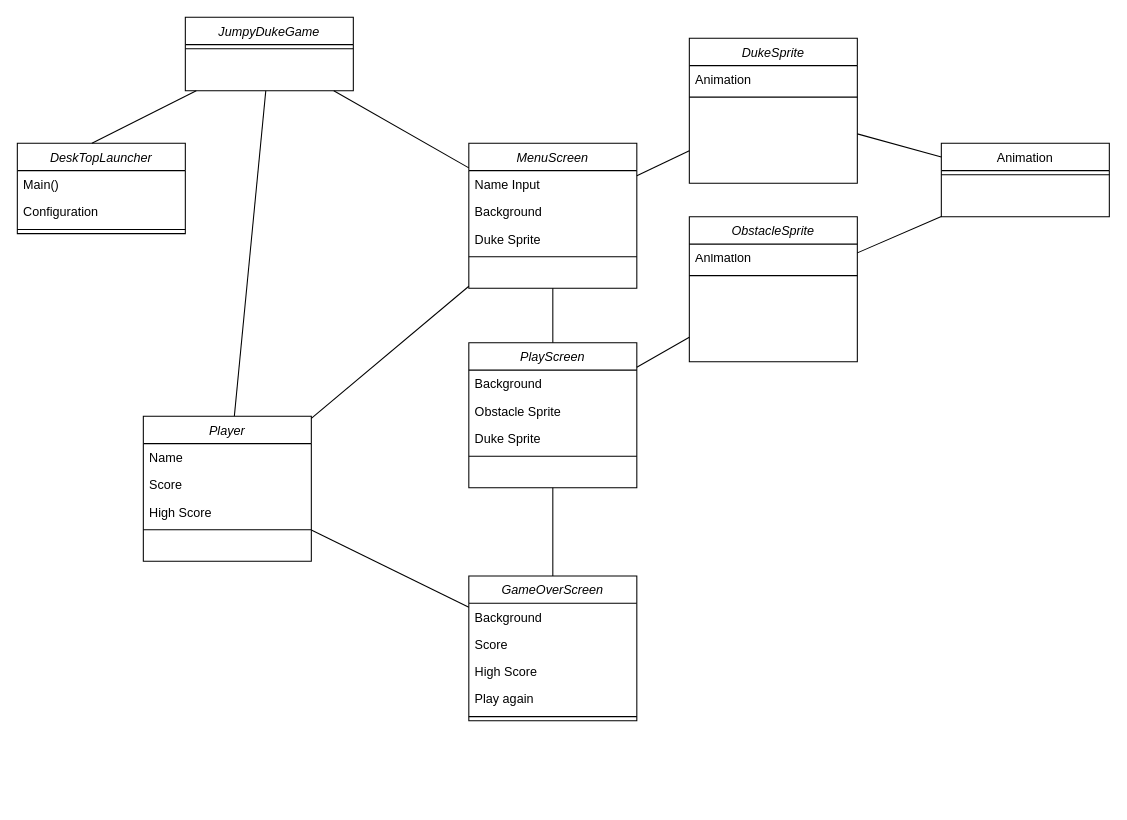
Before: Models/Classdiagram/Untitled Diagram.drawio in MagLilja/Jumpy-Duke, a draw.io diagram. Source tidied: cells renumbered, new cells numbered last; positions are measured from the earlier drawing's top-left corner, leaving out a move shared by most shapes. Both pictures are drawn from the tidied source at 105%, with x=0, y=0 at pixel (17, 17).
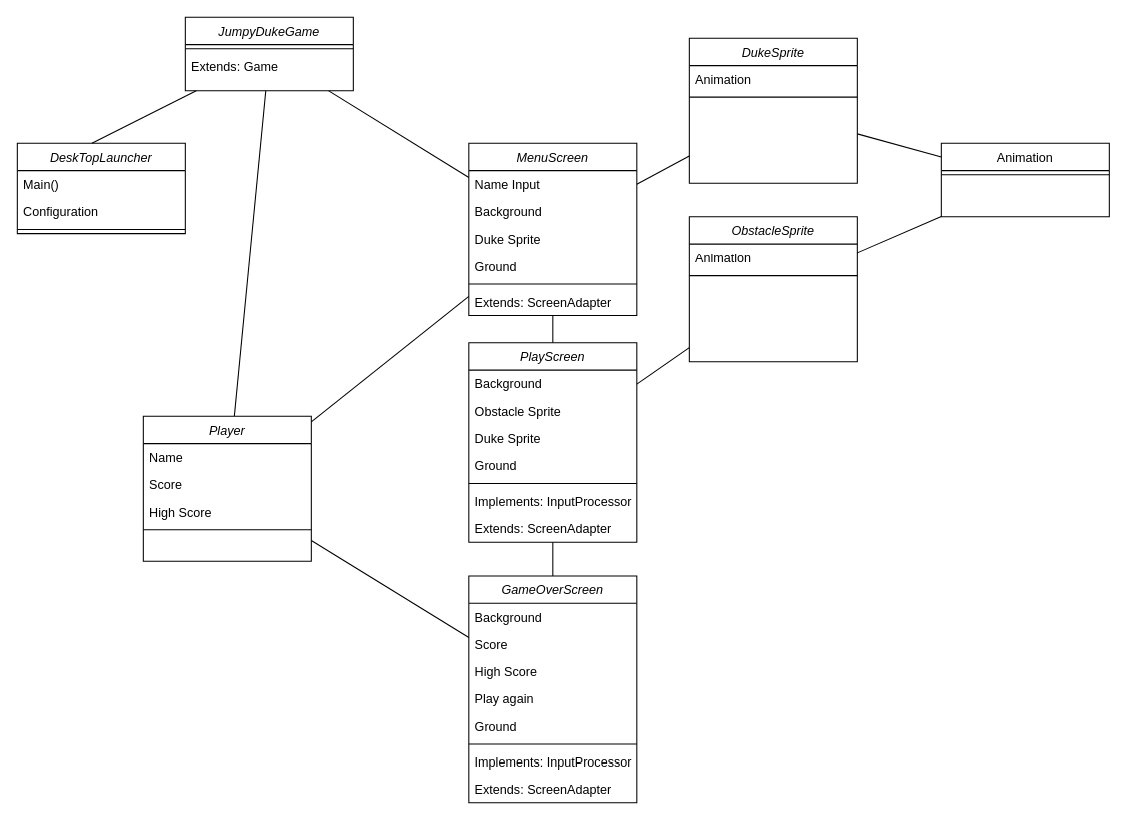
After the change.

Unchanged cells that the change refers to:
```xml
<mxCell id="2" value="JumpyDukeGame" style="swimlane;fontStyle=2;align=center;verticalAlign=top;horizontal=1;startSize=26;rounded=0;shadow=0;strokeWidth=1;" parent="1" vertex="1">
  <mxGeometry x="160" width="160" height="70" as="geometry" />
</mxCell>
```

Diff of the diagram source:
```diff
@@
+    <mxCell id="48" value="Extends: Game" style="text;align=left;verticalAlign=top;spacingLeft=4;spacingRight=4;overflow=hidden;rounded=0;shadow=0;html=0;" parent="2" vertex="1">
+      <mxGeometry y="34" width="160" height="26" as="geometry" />
+    </mxCell>
@@
     <mxCell id="12" value="MenuScreen" style="swimlane;fontStyle=2;align=center;verticalAlign=top;horizontal=1;startSize=26;rounded=0;shadow=0;strokeWidth=1;" parent="1" vertex="1">
-      <mxGeometry x="430" y="120" width="160" height="138" as="geometry" />
+      <mxGeometry x="430" y="120" width="160" height="164" as="geometry" />
     </mxCell>
@@
+    <mxCell id="49" value="Ground" style="text;align=left;verticalAlign=top;spacingLeft=4;spacingRight=4;overflow=hidden;rounded=0;shadow=0;html=0;" parent="12" vertex="1">
+      <mxGeometry y="104" width="160" height="26" as="geometry" />
+    </mxCell>
     <mxCell id="16" style="line;html=1;strokeWidth=1;align=left;verticalAlign=middle;spacingTop=-1;spacingLeft=3;spacingRight=3;labelPosition=right;" parent="12" vertex="1">
-      <mxGeometry y="104" width="160" height="8" as="geometry" />
+      <mxGeometry y="130" width="160" height="8" as="geometry" />
     </mxCell>
+    <mxCell id="50" value="Extends: ScreenAdapter" style="text;align=left;verticalAlign=top;spacingLeft=4;spacingRight=4;overflow=hidden;rounded=0;shadow=0;html=0;" parent="12" vertex="1">
+      <mxGeometry y="138" width="160" height="26" as="geometry" />
+    </mxCell>
@@
     <mxCell id="19" value="PlayScreen" style="swimlane;fontStyle=2;align=center;verticalAlign=top;horizontal=1;startSize=26;rounded=0;shadow=0;strokeWidth=1;" parent="1" vertex="1">
-      <mxGeometry x="430" y="310" width="160" height="138" as="geometry" />
+      <mxGeometry x="430" y="310" width="160" height="190" as="geometry" />
     </mxCell>
@@
+    <mxCell id="51" value="Ground" style="text;align=left;verticalAlign=top;spacingLeft=4;spacingRight=4;overflow=hidden;rounded=0;shadow=0;html=0;" parent="19" vertex="1">
+      <mxGeometry y="104" width="160" height="26" as="geometry" />
+    </mxCell>
     <mxCell id="23" style="line;html=1;strokeWidth=1;align=left;verticalAlign=middle;spacingTop=-1;spacingLeft=3;spacingRight=3;labelPosition=right;" parent="19" vertex="1">
-      <mxGeometry y="104" width="160" height="8" as="geometry" />
+      <mxGeometry y="130" width="160" height="8" as="geometry" />
     </mxCell>
+    <mxCell id="52" value="Implements: InputProcessor" style="text;align=left;verticalAlign=top;spacingLeft=4;spacingRight=4;overflow=hidden;rounded=0;shadow=0;html=0;" parent="19" vertex="1">
+      <mxGeometry y="138" width="160" height="26" as="geometry" />
+    </mxCell>
+    <mxCell id="53" value="Extends: ScreenAdapter" style="text;align=left;verticalAlign=top;spacingLeft=4;spacingRight=4;overflow=hidden;rounded=0;shadow=0;html=0;" parent="19" vertex="1">
+      <mxGeometry y="164" width="160" height="26" as="geometry" />
+    </mxCell>
@@
     <mxCell id="30" value="GameOverScreen" style="swimlane;fontStyle=2;align=center;verticalAlign=top;horizontal=1;startSize=26;rounded=0;shadow=0;strokeWidth=1;" parent="1" vertex="1">
-      <mxGeometry x="430" y="532" width="160" height="138" as="geometry" />
+      <mxGeometry x="430" y="532" width="160" height="216" as="geometry" />
     </mxCell>
@@
+    <mxCell id="54" value="Ground" style="text;align=left;verticalAlign=top;spacingLeft=4;spacingRight=4;overflow=hidden;rounded=0;shadow=0;html=0;" parent="30" vertex="1">
+      <mxGeometry y="130" width="160" height="26" as="geometry" />
+    </mxCell>
     <mxCell id="35" style="line;html=1;strokeWidth=1;align=left;verticalAlign=middle;spacingTop=-1;spacingLeft=3;spacingRight=3;labelPosition=right;" parent="30" vertex="1">
-      <mxGeometry y="130" width="160" height="8" as="geometry" />
+      <mxGeometry y="156" width="160" height="8" as="geometry" />
     </mxCell>
+    <mxCell id="55" value="Implements: InputProcessor" style="text;align=left;verticalAlign=top;spacingLeft=4;spacingRight=4;overflow=hidden;rounded=0;shadow=0;html=0;" parent="30" vertex="1">
+      <mxGeometry y="164" width="160" height="26" as="geometry" />
+    </mxCell>
+    <mxCell id="56" value="Extends: ScreenAdapter" style="text;align=left;verticalAlign=top;spacingLeft=4;spacingRight=4;overflow=hidden;rounded=0;shadow=0;html=0;" parent="30" vertex="1">
+      <mxGeometry y="190" width="160" height="26" as="geometry" />
+    </mxCell>
```
